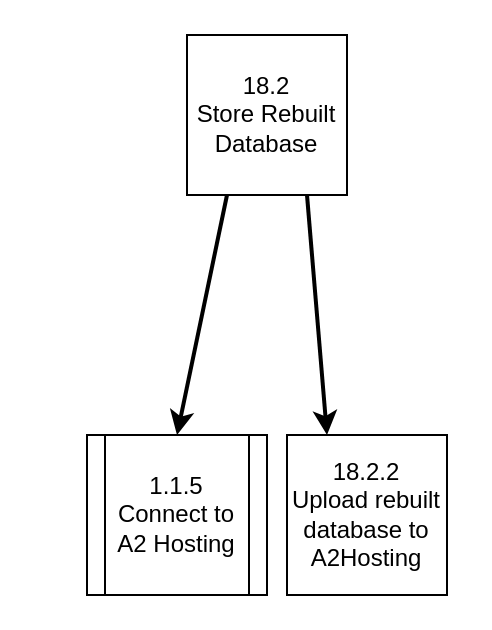
Before: page "18.2 Store rebuilt data base" (2 of 2) of Diagrams/StructureCharts/Proc18Recovery.drawio in Harlento/SchedulingSystem, a draw.io diagram. Source tidied: cells renumbered, new cells numbered last; positions are measured from the earlier drawing's top-left corner, leaving out a move shared by most shapes. Both pictures are drawn from the tidied source at 200%, with x=0, y=0 at pixel (86, 34).
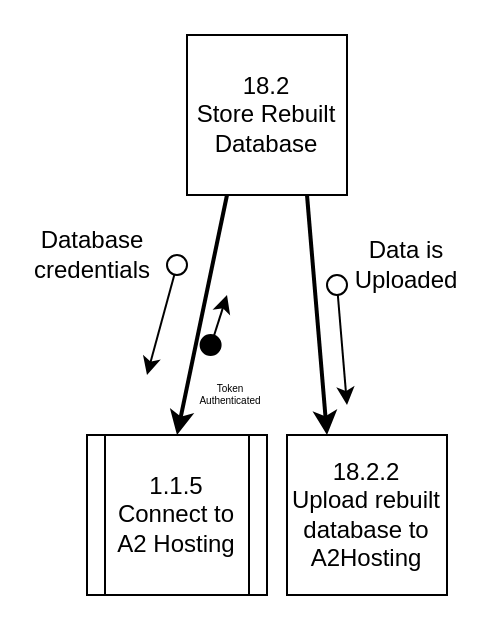
Above is the later version.

Change to the diagram source:
```diff
@@
 <mxGraphModel>
   <root>
     <mxCell id="0" />
     <mxCell id="1" parent="0" />
     <mxCell id="2" value="&lt;div&gt;18.2&lt;/div&gt;&lt;div&gt;Store Rebuilt&lt;/div&gt;&lt;div&gt;Database&lt;br&gt;&lt;/div&gt;" style="whiteSpace=wrap;html=1;" parent="1" vertex="1">
       <mxGeometry x="50" width="80" height="80" as="geometry" />
     </mxCell>
     <mxCell id="3" value="&lt;div&gt;1.1.5&lt;br&gt;&lt;/div&gt;&lt;div&gt;Connect to A2 Hosting&lt;/div&gt;" style="shape=process;whiteSpace=wrap;html=1;backgroundOutline=1;" parent="1" vertex="1">
       <mxGeometry y="200" width="90" height="80" as="geometry" />
     </mxCell>
     <mxCell id="4" style="endArrow=classic;html=1;entryX=0.5;entryY=0;entryDx=0;entryDy=0;strokeWidth=2;exitX=0.25;exitY=1;exitDx=0;exitDy=0;" parent="1" edge="1" source="2" target="3">
       <mxGeometry relative="1" as="geometry" />
     </mxCell>
     <mxCell id="5" style="endArrow=classic;html=1;entryX=0.25;entryY=0;entryDx=0;entryDy=0;strokeWidth=2;exitX=0.75;exitY=1;exitDx=0;exitDy=0;" parent="1" edge="1" source="2" target="6">
       <mxGeometry relative="1" as="geometry" />
     </mxCell>
     <mxCell id="6" value="&lt;div&gt;18.2.2&lt;br&gt;&lt;/div&gt;&lt;div&gt;Upload rebuilt database to &lt;br&gt;&lt;/div&gt;&lt;div&gt;A2Hosting&lt;br&gt;&lt;/div&gt;" style="whiteSpace=wrap;html=1;" parent="1" vertex="1">
       <mxGeometry x="100" y="200" width="80" height="80" as="geometry" />
     </mxCell>
+    <mxCell id="7" style="endArrow=classic;html=1;" parent="1" edge="1" source="12">
+      <mxGeometry relative="1" as="geometry">
+        <mxPoint x="30" y="170" as="targetPoint" />
+      </mxGeometry>
+    </mxCell>
+    <mxCell id="8" value="Database credentials" style="text;html=1;strokeColor=none;fillColor=none;align=center;verticalAlign=middle;whiteSpace=wrap;rounded=0;" parent="1" vertex="1">
+      <mxGeometry x="-17" y="100" width="40" height="20" as="geometry" />
+    </mxCell>
+    <mxCell id="9" style="endArrow=classic;html=1;" parent="1" edge="1">
+      <mxGeometry relative="1" as="geometry">
+        <mxPoint x="62" y="155" as="sourcePoint" />
+        <mxPoint x="70" y="130" as="targetPoint" />
+      </mxGeometry>
+    </mxCell>
+    <mxCell id="10" style="ellipse;whiteSpace=wrap;html=1;fillColor=#000000;" parent="1" vertex="1">
+      <mxGeometry x="56.8" y="150" width="10" height="10" as="geometry" />
+    </mxCell>
+    <mxCell id="11" value="&lt;div style=&quot;font-size: 5px;&quot;&gt;Token &lt;br style=&quot;font-size: 5px;&quot;&gt;&lt;/div&gt;&lt;div style=&quot;font-size: 5px;&quot;&gt;Authenticated&lt;br style=&quot;font-size: 5px;&quot;&gt;&lt;/div&gt;" style="text;html=1;strokeColor=none;fillColor=none;align=center;verticalAlign=middle;whiteSpace=wrap;rounded=0;fontSize=5;" parent="1" vertex="1">
+      <mxGeometry x="56.8" y="170" width="30" height="17" as="geometry" />
+    </mxCell>
+    <mxCell id="12" style="ellipse;whiteSpace=wrap;html=1;" parent="1" vertex="1">
+      <mxGeometry x="40" y="110" width="10" height="10" as="geometry" />
+    </mxCell>
+    <mxCell id="13" style="endArrow=classic;html=1;" parent="1" edge="1" source="15">
+      <mxGeometry relative="1" as="geometry">
+        <mxPoint x="130" y="185" as="targetPoint" />
+      </mxGeometry>
+    </mxCell>
+    <mxCell id="14" value="&lt;div&gt;Data is &lt;br&gt;&lt;/div&gt;&lt;div&gt;Uploaded&lt;br&gt;&lt;/div&gt;" style="text;html=1;strokeColor=none;fillColor=none;align=center;verticalAlign=middle;whiteSpace=wrap;rounded=0;" parent="1" vertex="1">
+      <mxGeometry x="140" y="105" width="40" height="20" as="geometry" />
+    </mxCell>
+    <mxCell id="15" style="ellipse;whiteSpace=wrap;html=1;" parent="1" vertex="1">
+      <mxGeometry x="120" y="120" width="10" height="10" as="geometry" />
+    </mxCell>
   </root>
 </mxGraphModel>
```
